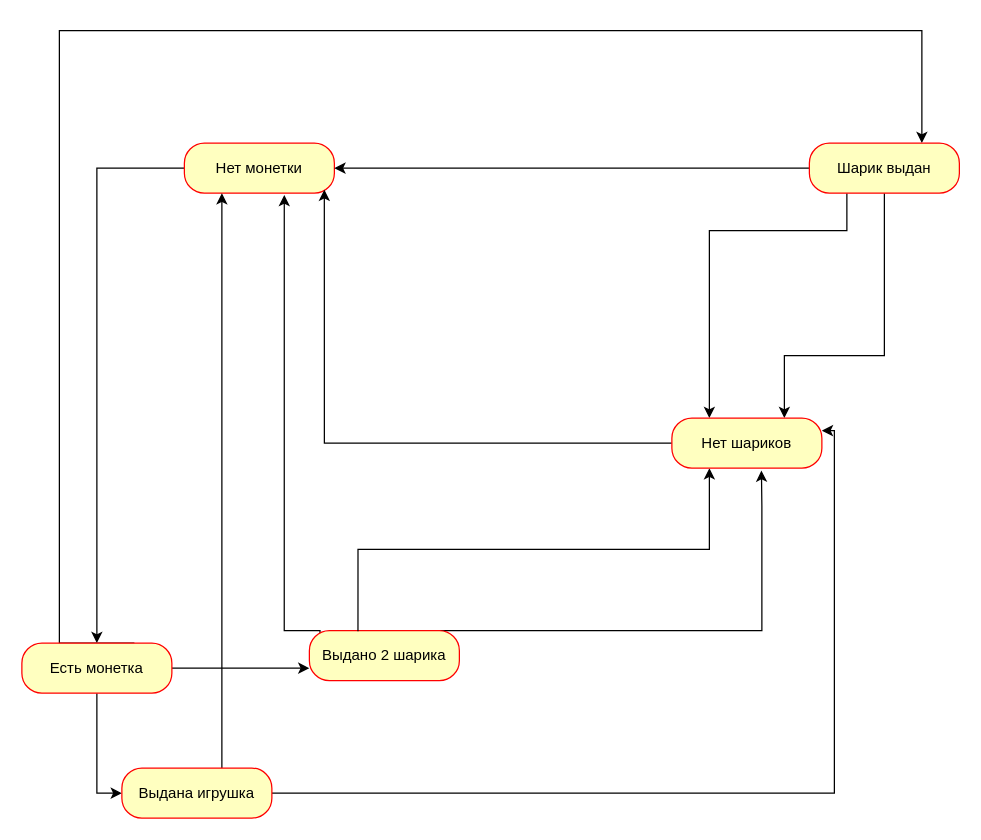
Above: State.drawio in Yakser/drawio-diagrams (draw.io), before the change. Source tidied: cells renumbered, new cells numbered last; positions are measured from the earlier drawing's top-left corner, leaving out a move shared by most shapes. Both pictures are drawn from the tidied source at 125%, with x=0, y=0 at pixel (21, 30).
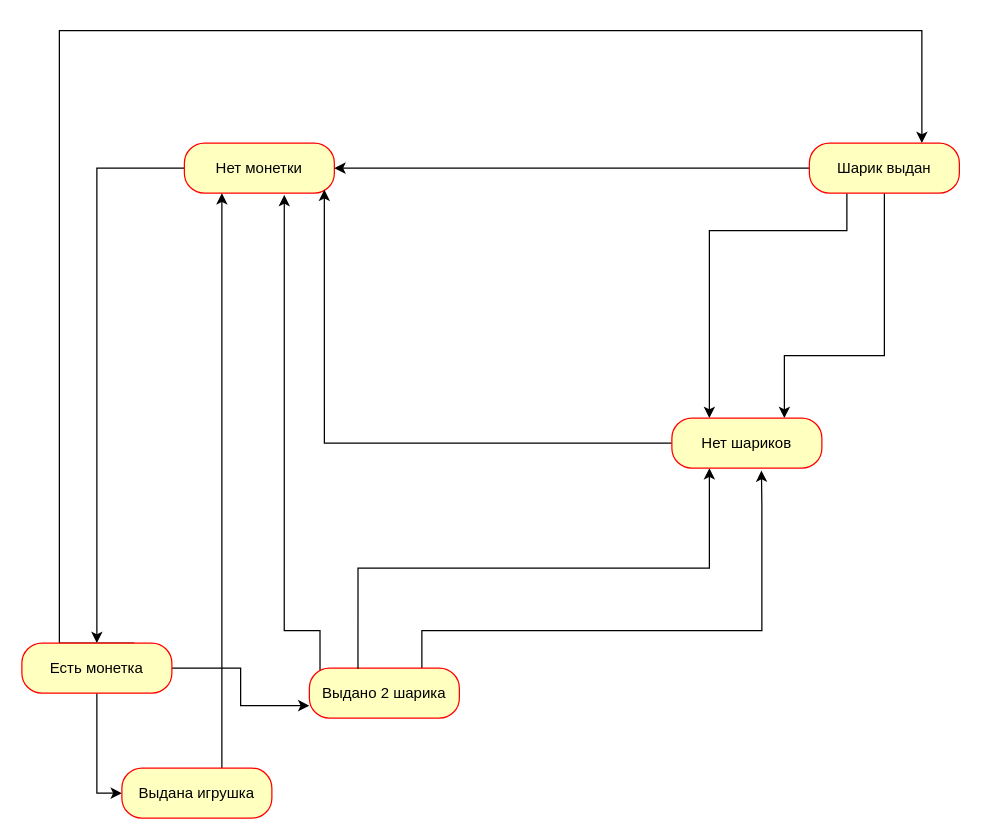
The same page after the edit.

The change refers to these unchanged cells:
```xml
<mxCell id="14" value="Выдана игрушка" style="rounded=1;whiteSpace=wrap;html=1;arcSize=40;fontColor=#000000;fillColor=#ffffc0;strokeColor=#ff0000;" parent="1" vertex="1">
  <mxGeometry x="80" y="590" width="120" height="40" as="geometry" />
</mxCell>
<mxCell id="20" value="Нет шариков" style="rounded=1;whiteSpace=wrap;html=1;arcSize=40;fontColor=#000000;fillColor=#ffffc0;strokeColor=#ff0000;" parent="1" vertex="1">
  <mxGeometry x="520" y="310" width="120" height="40" as="geometry" />
</mxCell>
```

The edit, as a diff of the source:
```diff
@@
-    <mxCell id="13" style="edgeStyle=orthogonalEdgeStyle;rounded=0;jettySize=auto;html=1;entryX=1;entryY=0.25;entryDx=0;entryDy=0;exitX=1;exitY=0.5;exitDx=0;exitDy=0;" parent="1" edge="1" source="14" target="20">
-      <mxGeometry relative="1" as="geometry">
-        <Array as="points">
-          <mxPoint x="650" y="610" />
-          <mxPoint x="650" y="320" />
-        </Array>
-      </mxGeometry>
-    </mxCell>
@@
     <mxCell id="18" value="Выдано 2 шарика" style="rounded=1;whiteSpace=wrap;html=1;arcSize=40;fontColor=#000000;fillColor=#ffffc0;strokeColor=#ff0000;" parent="1" vertex="1">
-      <mxGeometry x="230" y="480" width="120" height="40" as="geometry" />
+      <mxGeometry x="230" y="510" width="120" height="40" as="geometry" />
     </mxCell>
```
